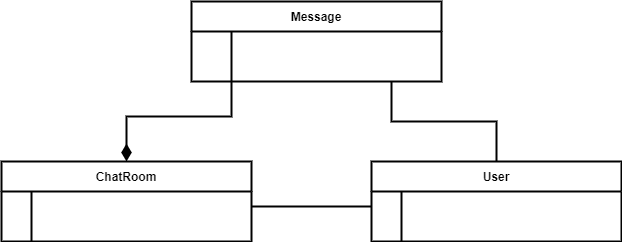
This is lab/img/lab1_objects_diagram.png from Aikmiros/Dotnet-labs, a draw.io export, as it was before one commit. Source tidied: cells renumbered, new cells last; positions are measured from the earlier drawing's top-left corner, leaving out a move shared by most shapes.
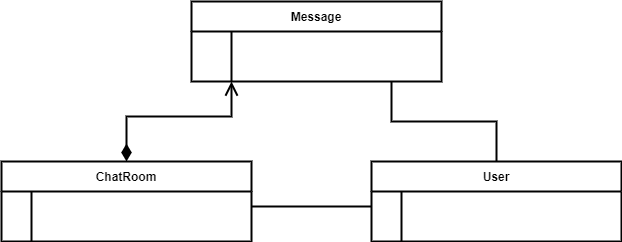
The same file after the commit.

Commit message:
changed objects_diagram

The edit, as a diff of the source:
```diff
@@ -31,7 +31,7 @@
     <mxCell id="10" style="shape=partialRectangle;overflow=hidden;fillColor=none;top=0;left=0;bottom=0;right=0;align=left;spacingLeft=6;" parent="8" vertex="1">
       <mxGeometry x="30" width="220" height="30" as="geometry" />
     </mxCell>
-    <mxCell id="11" style="edgeStyle=orthogonalEdgeStyle;jettySize=auto;html=1;rounded=0;endArrow=none;endFill=0;strokeWidth=2;startArrow=diamondThin;startFill=1;startSize=12;endSize=10;" parent="1" edge="1" source="12">
+    <mxCell id="11" style="edgeStyle=orthogonalEdgeStyle;jettySize=auto;html=1;rounded=0;endArrow=open;endFill=0;strokeWidth=2;startArrow=diamondThin;startFill=1;startSize=12;endSize=10;" parent="1" edge="1" source="12">
       <mxGeometry relative="1" as="geometry">
         <mxPoint x="230" y="80" as="targetPoint" />
       </mxGeometry>
```
